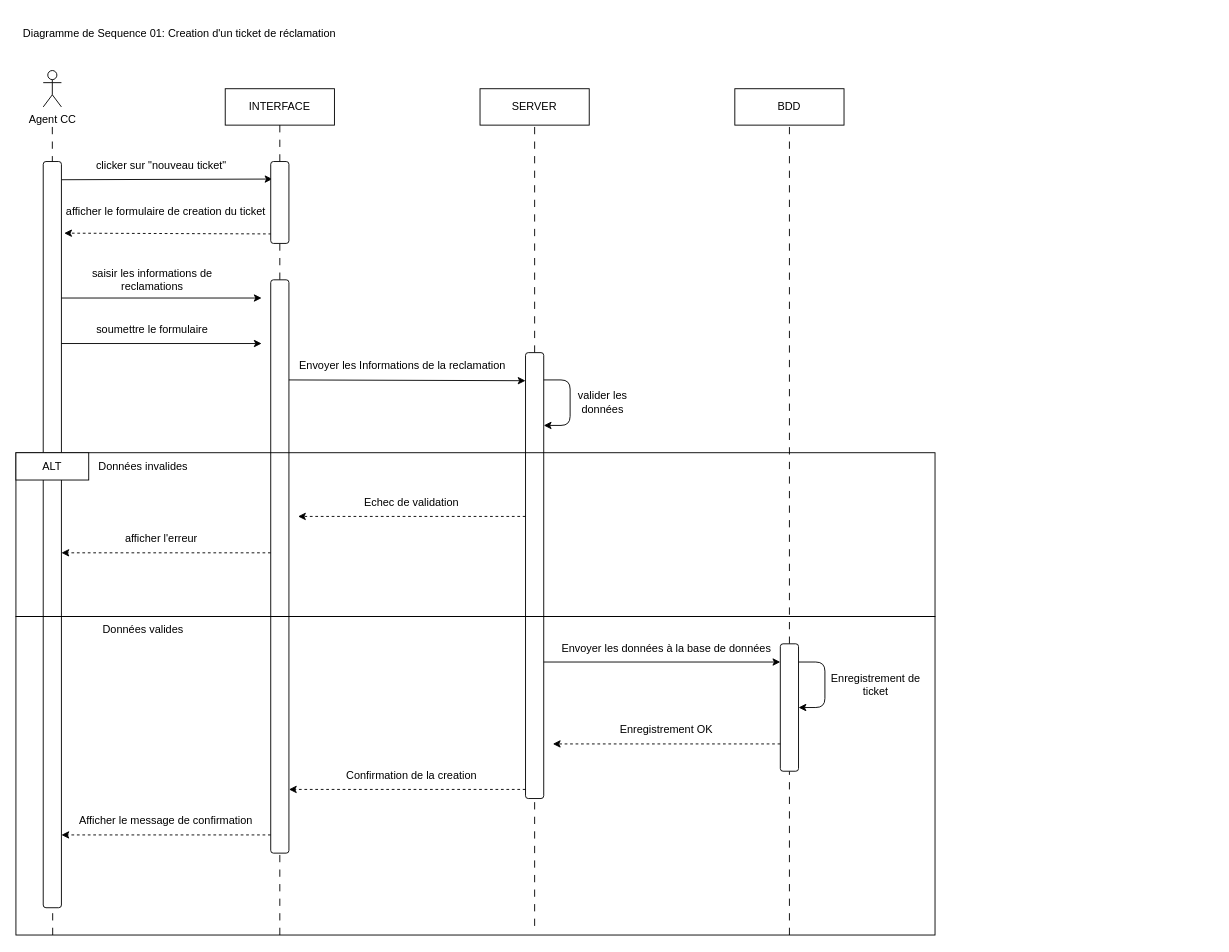
The draw.io diagram page "creation ticket" (6 of 6) of Conception/diag_Seq.drawio in Belakebi-Amine/djezzy_supervision, before the edit. Source tidied: cells renumbered, new cells numbered last; positions are measured from the earlier drawing's top-left corner, leaving out a move shared by most shapes. Both pictures are drawn from the tidied source at 91%, with x=0, y=0 at pixel (15, 15).
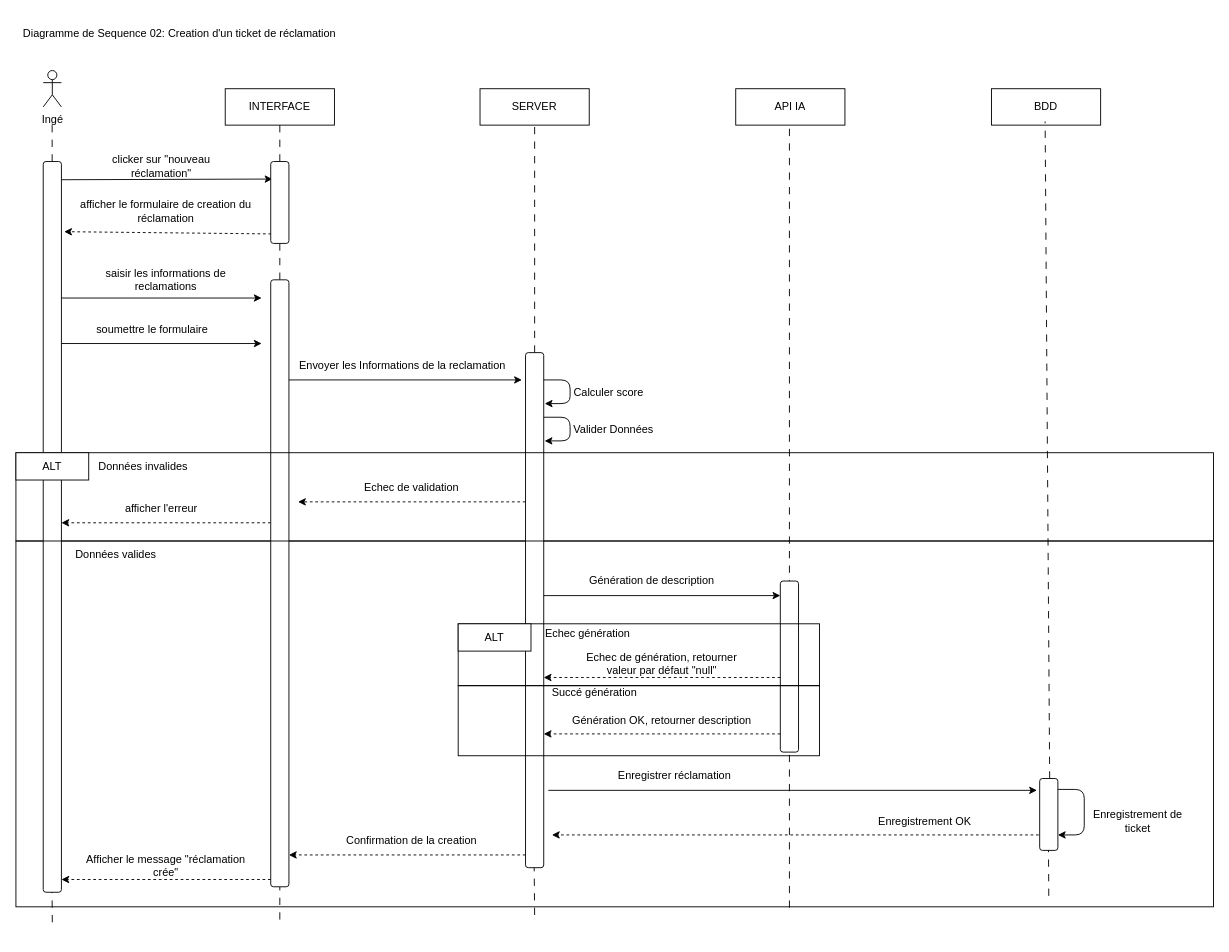
After the change.

Diff of the diagram source:
```diff
@@
-    <mxCell id="2" style="endArrow=none;dashed=1;html=1;dashPattern=8 8;exitX=0.04;exitY=1;exitDx=0;exitDy=0;exitPerimeter=0;" parent="1" edge="1" source="47">
-      <mxGeometry relative="1" as="geometry">
-        <mxPoint x="40" y="120" as="targetPoint" />
-      </mxGeometry>
-    </mxCell>
+    <mxCell id="47" style="rounded=0;whiteSpace=wrap;html=1;fillColor=none;" parent="1" vertex="1">
+      <mxGeometry y="577" width="1316" height="402" as="geometry" />
+    </mxCell>
@@
-    <mxCell id="4" style="endArrow=none;dashed=1;html=1;dashPattern=8 8;" parent="1" edge="1" source="35">
+    <mxCell id="4" style="endArrow=none;dashed=1;html=1;dashPattern=8 8;" parent="1" edge="1">
       <mxGeometry relative="1" as="geometry">
+        <mxPoint x="850" y="980" as="sourcePoint" />
         <mxPoint x="850" y="120" as="targetPoint" />
       </mxGeometry>
     </mxCell>
@@
-    <mxCell id="8" value="BDD" style="rounded=0;whiteSpace=wrap;html=1;" parent="1" vertex="1">
-      <mxGeometry x="790" y="80" width="120" height="40" as="geometry" />
+    <mxCell id="8" value="API IA" style="rounded=0;whiteSpace=wrap;html=1;" parent="1" vertex="1">
+      <mxGeometry x="791" y="80" width="120" height="40" as="geometry" />
     </mxCell>
-    <mxCell id="9" value="Agent CC" style="shape=umlActor;verticalLabelPosition=bottom;verticalAlign=top;html=1;" parent="1" vertex="1">
+    <mxCell id="9" value="Ingé" style="shape=umlActor;verticalLabelPosition=bottom;verticalAlign=top;html=1;" parent="1" vertex="1">
       <mxGeometry x="30" y="60" width="20" height="40" as="geometry" />
     </mxCell>
-    <mxCell id="10" value="Diagramme de Sequence 01: Creation d'un ticket de réclamation" style="text;html=1;align=center;verticalAlign=middle;whiteSpace=wrap;rounded=0;fillColor=default;" parent="1" vertex="1">
+    <mxCell id="10" value="Diagramme de Sequence 02: Creation d'un ticket de réclamation" style="text;html=1;align=center;verticalAlign=middle;whiteSpace=wrap;rounded=0;fillColor=default;" parent="1" vertex="1">
       <mxGeometry width="360" height="40" as="geometry" />
     </mxCell>
@@
-    <mxCell id="12" value="clicker sur &quot;nouveau ticket&quot;" style="text;html=1;align=center;verticalAlign=middle;whiteSpace=wrap;rounded=0;" parent="1" vertex="1">
+    <mxCell id="12" value="clicker sur &quot;nouveau réclamation&quot;" style="text;html=1;align=center;verticalAlign=middle;whiteSpace=wrap;rounded=0;" parent="1" vertex="1">
       <mxGeometry x="80" y="150" width="160" height="30" as="geometry" />
     </mxCell>
@@
-    <mxCell id="14" value="afficher le formulaire de creation du ticket" style="text;html=1;align=center;verticalAlign=middle;whiteSpace=wrap;rounded=0;" parent="1" vertex="1">
+    <mxCell id="14" value="afficher le formulaire de creation du réclamation" style="text;html=1;align=center;verticalAlign=middle;whiteSpace=wrap;rounded=0;" parent="1" vertex="1">
       <mxGeometry x="50" y="200" width="230" height="30" as="geometry" />
     </mxCell>
     <mxCell id="15" style="rounded=1;whiteSpace=wrap;html=1;" parent="1" vertex="1">
-      <mxGeometry x="30" y="160" width="20" height="820" as="geometry" />
+      <mxGeometry x="30" y="160" width="20" height="803" as="geometry" />
     </mxCell>
@@
     <mxCell id="18" style="endArrow=none;dashed=1;html=1;dashPattern=8 8;" parent="1" edge="1" target="19">
       <mxGeometry relative="1" as="geometry">
-        <mxPoint x="290" y="1010" as="sourcePoint" />
+        <mxPoint x="290" y="993" as="sourcePoint" />
       </mxGeometry>
     </mxCell>
     <mxCell id="19" style="rounded=1;whiteSpace=wrap;html=1;" parent="1" vertex="1">
-      <mxGeometry x="280" y="290" width="20" height="630" as="geometry" />
+      <mxGeometry x="280" y="290" width="20" height="667" as="geometry" />
     </mxCell>
@@
     <mxCell id="21" value="saisir les informations de reclamations" style="text;html=1;align=center;verticalAlign=middle;whiteSpace=wrap;rounded=0;" parent="1" vertex="1">
-      <mxGeometry x="70" y="275" width="160" height="30" as="geometry" />
+      <mxGeometry x="85" y="275" width="160" height="30" as="geometry" />
     </mxCell>
@@
-    <mxCell id="24" style="endArrow=none;dashed=1;html=1;dashPattern=8 8;" parent="1" edge="1" target="25">
+    <mxCell id="24" style="endArrow=none;dashed=1;html=1;dashPattern=8 8;" parent="1" edge="1">
       <mxGeometry relative="1" as="geometry">
-        <mxPoint x="570" y="1000" as="sourcePoint" />
+        <mxPoint x="570" y="988" as="sourcePoint" />
+        <mxPoint x="569.5" y="933" as="targetPoint" />
       </mxGeometry>
     </mxCell>
     <mxCell id="25" style="rounded=1;whiteSpace=wrap;html=1;" parent="1" vertex="1">
-      <mxGeometry x="560" y="370" width="20" height="490" as="geometry" />
+      <mxGeometry x="560" y="370" width="20" height="566" as="geometry" />
     </mxCell>
-    <mxCell id="26" style="endArrow=classic;html=1;entryX=0;entryY=0.063;entryDx=0;entryDy=0;entryPerimeter=0;" parent="1" edge="1" target="25">
+    <mxCell id="26" style="endArrow=classic;html=1;" parent="1" edge="1">
       <mxGeometry relative="1" as="geometry">
         <mxPoint x="300" y="400" as="sourcePoint" />
+        <mxPoint x="556" y="400" as="targetPoint" />
       </mxGeometry>
     </mxCell>
@@
-    <mxCell id="28" style="endArrow=classic;html=1;" parent="1" edge="1">
+    <mxCell id="28" style="endArrow=classic;html=1;entryX=1.056;entryY=0.099;entryDx=0;entryDy=0;entryPerimeter=0;" parent="1" edge="1" target="25">
       <mxGeometry relative="1" as="geometry">
         <mxPoint x="580" y="400" as="sourcePoint" />
-        <mxPoint x="580" y="450" as="targetPoint" />
         <Array as="points">
           <mxPoint x="609" y="400" />
-          <mxPoint x="609" y="450" />
+          <mxPoint x="609" y="426" />
         </Array>
       </mxGeometry>
     </mxCell>
-    <mxCell id="29" value="valider les données" style="text;html=1;align=center;verticalAlign=middle;whiteSpace=wrap;rounded=0;" parent="1" vertex="1">
-      <mxGeometry x="600" y="410" width="90" height="30" as="geometry" />
+    <mxCell id="29" value="Calculer score" style="text;html=1;align=center;verticalAlign=middle;whiteSpace=wrap;rounded=0;" parent="1" vertex="1">
+      <mxGeometry x="608" y="399" width="87" height="30" as="geometry" />
     </mxCell>
     <mxCell id="30" style="endArrow=classic;html=1;dashed=1;exitX=0.025;exitY=0.884;exitDx=0;exitDy=0;exitPerimeter=0;" parent="1" edge="1">
       <mxGeometry relative="1" as="geometry">
-        <mxPoint x="560" y="550" as="sourcePoint" />
-        <mxPoint x="310" y="550" as="targetPoint" />
+        <mxPoint x="560" y="534" as="sourcePoint" />
+        <mxPoint x="310" y="534" as="targetPoint" />
       </mxGeometry>
     </mxCell>
     <mxCell id="31" value="Echec de validation" style="text;html=1;align=center;verticalAlign=middle;whiteSpace=wrap;rounded=0;" parent="1" vertex="1">
-      <mxGeometry x="320" y="520" width="230" height="30" as="geometry" />
+      <mxGeometry x="320" y="504" width="230" height="30" as="geometry" />
     </mxCell>
     <mxCell id="32" style="endArrow=classic;html=1;dashed=1;exitX=0.025;exitY=0.884;exitDx=0;exitDy=0;exitPerimeter=0;" parent="1" edge="1">
       <mxGeometry relative="1" as="geometry">
-        <mxPoint x="280" y="590" as="sourcePoint" />
-        <mxPoint x="50" y="590" as="targetPoint" />
+        <mxPoint x="280" y="557" as="sourcePoint" />
+        <mxPoint x="50" y="557" as="targetPoint" />
       </mxGeometry>
     </mxCell>
     <mxCell id="33" value="afficher l'erreur" style="text;html=1;align=center;verticalAlign=middle;whiteSpace=wrap;rounded=0;" parent="1" vertex="1">
-      <mxGeometry x="80" y="560" width="160" height="30" as="geometry" />
+      <mxGeometry x="80" y="527" width="160" height="30" as="geometry" />
     </mxCell>
-    <mxCell id="34" style="endArrow=none;dashed=1;html=1;dashPattern=8 8;" parent="1" edge="1" target="35">
-      <mxGeometry relative="1" as="geometry">
-        <mxPoint x="850" y="1010" as="sourcePoint" />
-      </mxGeometry>
-    </mxCell>
     <mxCell id="35" style="rounded=1;whiteSpace=wrap;html=1;" parent="1" vertex="1">
-      <mxGeometry x="840" y="690" width="20" height="140" as="geometry" />
+      <mxGeometry x="1125" y="838" width="20" height="79" as="geometry" />
     </mxCell>
     <mxCell id="36" style="endArrow=classic;html=1;entryX=0;entryY=0.063;entryDx=0;entryDy=0;entryPerimeter=0;" parent="1" edge="1">
       <mxGeometry relative="1" as="geometry">
-        <mxPoint x="580" y="710" as="sourcePoint" />
-        <mxPoint x="840" y="710" as="targetPoint" />
+        <mxPoint x="585" y="851" as="sourcePoint" />
+        <mxPoint x="1122" y="851" as="targetPoint" />
       </mxGeometry>
     </mxCell>
-    <mxCell id="37" value="Envoyer les données à la base de données" style="text;html=1;align=center;verticalAlign=middle;whiteSpace=wrap;rounded=0;" parent="1" vertex="1">
-      <mxGeometry x="590" y="680" width="250" height="30" as="geometry" />
+    <mxCell id="37" value="Enregistrer réclamation" style="text;html=1;align=center;verticalAlign=middle;whiteSpace=wrap;rounded=0;" parent="1" vertex="1">
+      <mxGeometry x="599" y="820" width="250" height="30" as="geometry" />
     </mxCell>
     <mxCell id="38" style="endArrow=classic;html=1;" parent="1" edge="1">
       <mxGeometry relative="1" as="geometry">
-        <mxPoint x="860" y="710" as="sourcePoint" />
-        <mxPoint x="860" y="760" as="targetPoint" />
+        <mxPoint x="1145" y="850" as="sourcePoint" />
+        <mxPoint x="1145" y="900" as="targetPoint" />
         <Array as="points">
-          <mxPoint x="889" y="710" />
-          <mxPoint x="889" y="760" />
+          <mxPoint x="1174" y="850" />
+          <mxPoint x="1174" y="900" />
         </Array>
       </mxGeometry>
     </mxCell>
     <mxCell id="39" value="Enregistrement de ticket" style="text;html=1;align=center;verticalAlign=middle;whiteSpace=wrap;rounded=0;" parent="1" vertex="1">
-      <mxGeometry x="890" y="720" width="110" height="30" as="geometry" />
+      <mxGeometry x="1178" y="870" width="110" height="30" as="geometry" />
     </mxCell>
     <mxCell id="40" style="endArrow=classic;html=1;dashed=1;exitX=0.025;exitY=0.884;exitDx=0;exitDy=0;exitPerimeter=0;" parent="1" edge="1">
       <mxGeometry relative="1" as="geometry">
-        <mxPoint x="840" y="800" as="sourcePoint" />
-        <mxPoint x="590" y="800" as="targetPoint" />
+        <mxPoint x="1124" y="900" as="sourcePoint" />
+        <mxPoint x="589" y="900" as="targetPoint" />
       </mxGeometry>
     </mxCell>
     <mxCell id="41" value="Enregistrement OK" style="text;html=1;align=center;verticalAlign=middle;whiteSpace=wrap;rounded=0;" parent="1" vertex="1">
-      <mxGeometry x="640" y="770" width="150" height="30" as="geometry" />
+      <mxGeometry x="924" y="871" width="150" height="30" as="geometry" />
     </mxCell>
     <mxCell id="42" style="endArrow=classic;html=1;dashed=1;exitX=0.025;exitY=0.884;exitDx=0;exitDy=0;exitPerimeter=0;entryX=1;entryY=0.754;entryDx=0;entryDy=0;entryPerimeter=0;" parent="1" edge="1">
       <mxGeometry relative="1" as="geometry">
-        <mxPoint x="560" y="850" as="sourcePoint" />
-        <mxPoint x="300" y="850" as="targetPoint" />
+        <mxPoint x="560" y="922" as="sourcePoint" />
+        <mxPoint x="300" y="922" as="targetPoint" />
       </mxGeometry>
     </mxCell>
     <mxCell id="43" value="Confirmation de la creation" style="text;html=1;align=center;verticalAlign=middle;whiteSpace=wrap;rounded=0;" parent="1" vertex="1">
-      <mxGeometry x="360" y="820" width="150" height="30" as="geometry" />
+      <mxGeometry x="360" y="892" width="150" height="30" as="geometry" />
     </mxCell>
     <mxCell id="44" style="endArrow=classic;html=1;dashed=1;exitX=0.025;exitY=0.884;exitDx=0;exitDy=0;exitPerimeter=0;" parent="1" edge="1">
       <mxGeometry relative="1" as="geometry">
-        <mxPoint x="280" y="900" as="sourcePoint" />
-        <mxPoint x="50" y="900" as="targetPoint" />
+        <mxPoint x="280" y="949" as="sourcePoint" />
+        <mxPoint x="50" y="949" as="targetPoint" />
       </mxGeometry>
     </mxCell>
-    <mxCell id="45" value="Afficher le message de confirmation" style="text;html=1;align=center;verticalAlign=middle;whiteSpace=wrap;rounded=0;" parent="1" vertex="1">
-      <mxGeometry x="65" y="870" width="200" height="30" as="geometry" />
+    <mxCell id="45" value="Afficher le message &quot;réclamation crée&quot;" style="text;html=1;align=center;verticalAlign=middle;whiteSpace=wrap;rounded=0;" parent="1" vertex="1">
+      <mxGeometry x="65" y="919" width="200" height="30" as="geometry" />
     </mxCell>
     <mxCell id="46" style="rounded=0;whiteSpace=wrap;html=1;fillColor=none;" parent="1" vertex="1">
-      <mxGeometry y="480" width="1010" height="180" as="geometry" />
+      <mxGeometry y="480" width="1316" height="97" as="geometry" />
     </mxCell>
-    <mxCell id="47" style="rounded=0;whiteSpace=wrap;html=1;fillColor=none;" parent="1" vertex="1">
-      <mxGeometry y="660" width="1010" height="350" as="geometry" />
-    </mxCell>
@@
     <mxCell id="50" value="Données valides" style="text;html=1;align=center;verticalAlign=middle;whiteSpace=wrap;rounded=0;" parent="1" vertex="1">
-      <mxGeometry x="80" y="660" width="120" height="30" as="geometry" />
+      <mxGeometry x="50" y="577" width="120" height="30" as="geometry" />
     </mxCell>
+    <mxCell id="51" value="BDD" style="rounded=0;whiteSpace=wrap;html=1;" parent="1" vertex="1">
+      <mxGeometry x="1072" y="80" width="120" height="40" as="geometry" />
+    </mxCell>
+    <mxCell id="52" style="endArrow=none;dashed=1;html=1;dashPattern=8 8;" parent="1" edge="1">
+      <mxGeometry relative="1" as="geometry">
+        <mxPoint x="1136" y="838" as="sourcePoint" />
+        <mxPoint x="1131" y="116" as="targetPoint" />
+      </mxGeometry>
+    </mxCell>
+    <mxCell id="53" style="endArrow=classic;html=1;entryX=0;entryY=0.063;entryDx=0;entryDy=0;entryPerimeter=0;" parent="1" edge="1">
+      <mxGeometry relative="1" as="geometry">
+        <mxPoint x="580" y="637" as="sourcePoint" />
+        <mxPoint x="840" y="637" as="targetPoint" />
+      </mxGeometry>
+    </mxCell>
+    <mxCell id="54" value="Génération de description" style="text;html=1;align=center;verticalAlign=middle;whiteSpace=wrap;rounded=0;" parent="1" vertex="1">
+      <mxGeometry x="620" y="606" width="158" height="30" as="geometry" />
+    </mxCell>
+    <mxCell id="55" style="rounded=1;whiteSpace=wrap;html=1;" parent="1" vertex="1">
+      <mxGeometry x="840" y="621" width="20" height="188" as="geometry" />
+    </mxCell>
+    <mxCell id="56" style="endArrow=classic;html=1;dashed=1;exitX=0.025;exitY=0.884;exitDx=0;exitDy=0;exitPerimeter=0;entryX=1;entryY=0.754;entryDx=0;entryDy=0;entryPerimeter=0;" parent="1" edge="1">
+      <mxGeometry relative="1" as="geometry">
+        <mxPoint x="840" y="727" as="sourcePoint" />
+        <mxPoint x="580" y="727" as="targetPoint" />
+      </mxGeometry>
+    </mxCell>
+    <mxCell id="57" value="Echec de génération, retourner valeur par défaut &quot;null&quot;" style="text;html=1;align=center;verticalAlign=middle;whiteSpace=wrap;rounded=0;" parent="1" vertex="1">
+      <mxGeometry x="610" y="697" width="200" height="30" as="geometry" />
+    </mxCell>
+    <mxCell id="58" style="endArrow=classic;html=1;dashed=1;exitX=0.025;exitY=0.884;exitDx=0;exitDy=0;exitPerimeter=0;entryX=1;entryY=0.754;entryDx=0;entryDy=0;entryPerimeter=0;" parent="1" edge="1">
+      <mxGeometry relative="1" as="geometry">
+        <mxPoint x="840" y="789" as="sourcePoint" />
+        <mxPoint x="580" y="789" as="targetPoint" />
+      </mxGeometry>
+    </mxCell>
+    <mxCell id="59" value="Génération OK, retourner description" style="text;html=1;align=center;verticalAlign=middle;whiteSpace=wrap;rounded=0;" parent="1" vertex="1">
+      <mxGeometry x="610" y="760" width="200" height="30" as="geometry" />
+    </mxCell>
+    <mxCell id="60" style="endArrow=none;dashed=1;html=1;dashPattern=8 8;" parent="1" edge="1">
+      <mxGeometry relative="1" as="geometry">
+        <mxPoint x="1135" y="967" as="sourcePoint" />
+        <mxPoint x="1134.7" y="917" as="targetPoint" />
+      </mxGeometry>
+    </mxCell>
+    <mxCell id="61" style="endArrow=none;dashed=1;html=1;dashPattern=8 8;" parent="1" edge="1">
+      <mxGeometry relative="1" as="geometry">
+        <mxPoint x="40" y="996" as="sourcePoint" />
+        <mxPoint x="39.7" y="963" as="targetPoint" />
+      </mxGeometry>
+    </mxCell>
+    <mxCell id="62" style="rounded=0;whiteSpace=wrap;html=1;fillColor=none;" parent="1" vertex="1">
+      <mxGeometry x="486" y="668" width="397" height="68" as="geometry" />
+    </mxCell>
+    <mxCell id="63" value="ALT" style="rounded=0;whiteSpace=wrap;html=1;" parent="1" vertex="1">
+      <mxGeometry x="486" y="668" width="80" height="30" as="geometry" />
+    </mxCell>
+    <mxCell id="64" value="Echec génération" style="text;html=1;align=center;verticalAlign=middle;whiteSpace=wrap;rounded=0;" parent="1" vertex="1">
+      <mxGeometry x="580" y="668" width="97" height="21" as="geometry" />
+    </mxCell>
+    <mxCell id="65" style="rounded=0;whiteSpace=wrap;html=1;fillColor=none;" parent="1" vertex="1">
+      <mxGeometry x="486" y="736" width="397" height="77" as="geometry" />
+    </mxCell>
+    <mxCell id="66" value="Succé génération" style="text;html=1;align=center;verticalAlign=middle;whiteSpace=wrap;rounded=0;" parent="1" vertex="1">
+      <mxGeometry x="583" y="733" width="106" height="21" as="geometry" />
+    </mxCell>
+    <mxCell id="67" style="endArrow=classic;html=1;entryX=1.056;entryY=0.099;entryDx=0;entryDy=0;entryPerimeter=0;" parent="1" edge="1">
+      <mxGeometry relative="1" as="geometry">
+        <mxPoint x="580" y="441" as="sourcePoint" />
+        <mxPoint x="581" y="467" as="targetPoint" />
+        <Array as="points">
+          <mxPoint x="609" y="441" />
+          <mxPoint x="609" y="467" />
+        </Array>
+      </mxGeometry>
+    </mxCell>
+    <mxCell id="68" value="Valider Données" style="text;html=1;align=center;verticalAlign=middle;whiteSpace=wrap;rounded=0;" parent="1" vertex="1">
+      <mxGeometry x="610" y="440" width="94" height="30" as="geometry" />
+    </mxCell>
+    <mxCell id="69" style="endArrow=none;dashed=1;html=1;dashPattern=8 8;" parent="1" edge="1">
+      <mxGeometry relative="1" as="geometry">
+        <mxPoint x="39.8" y="160" as="sourcePoint" />
+        <mxPoint x="39.8" y="120" as="targetPoint" />
+      </mxGeometry>
+    </mxCell>
```
